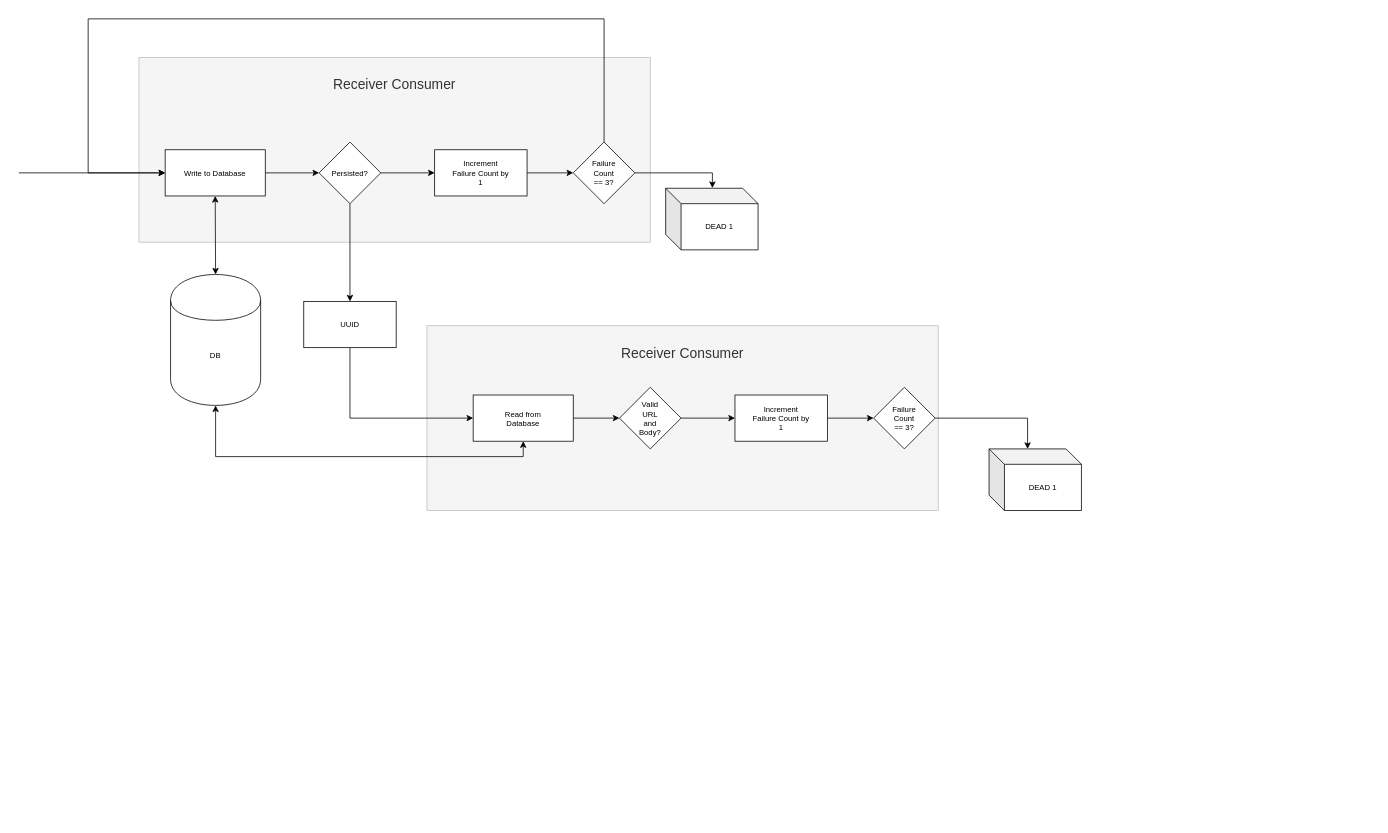
Above: kafka-webhook-dispatcher-initail-archicteccture.drawio in simonireilly/kafka-webhook-dispatcher (draw.io), before the change. Source tidied: cells renumbered, new cells numbered last; positions are measured from the earlier drawing's top-left corner, leaving out a move shared by most shapes. Both pictures are drawn from the tidied source at 77%, with x=0, y=0 at pixel (18, 18).
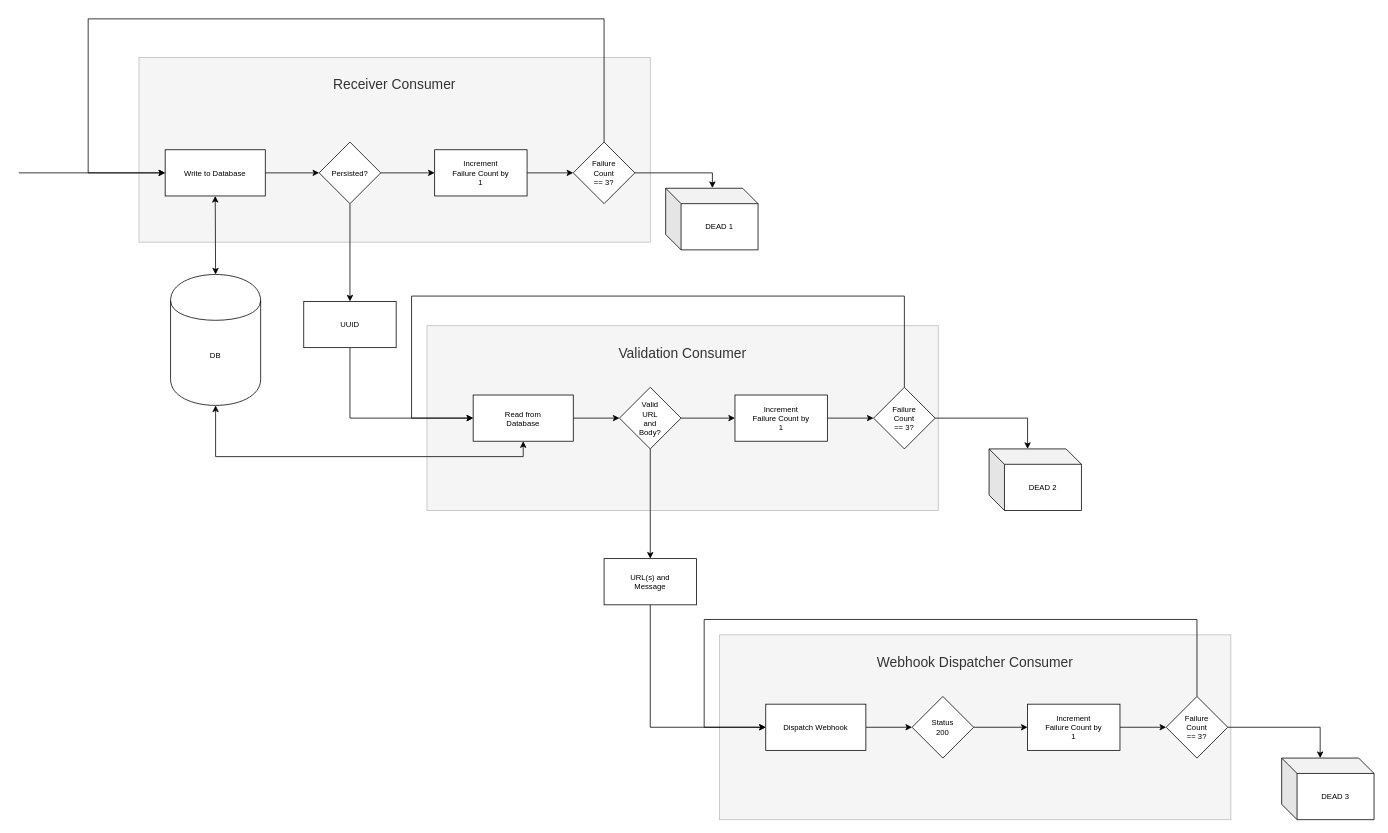
After the change.

The change refers to these unchanged cells:
```xml
<mxCell id="22" value="Read from Database" style="rounded=0;whiteSpace=wrap;html=1;fontSize=10;spacingRight=12;spacingLeft=12;spacing=12;" parent="1" vertex="1">
  <mxGeometry x="590" y="488.5" width="130" height="60" as="geometry" />
</mxCell>
<mxCell id="23" value="Valid URL and Body?" style="rhombus;whiteSpace=wrap;html=1;fontSize=10;spacingRight=12;spacingLeft=12;spacing=12;" parent="1" vertex="1">
  <mxGeometry x="780" y="478.5" width="80" height="80" as="geometry" />
</mxCell>
<mxCell id="28" value="Failure Count == 3?" style="rhombus;whiteSpace=wrap;html=1;fontSize=10;spacingRight=12;spacingLeft=12;spacing=12;" parent="1" vertex="1">
  <mxGeometry x="1110" y="478.5" width="80" height="80" as="geometry" />
</mxCell>
```

The edit, as a diff of the source:
```diff
@@
+    <mxCell id="30" value="&lt;p style=&quot;text-align: right ; line-height: 130% ; font-size: 18px&quot;&gt;Webhook Dispatcher Consumer&lt;/p&gt;" style="rounded=0;whiteSpace=wrap;html=1;fontSize=18;verticalAlign=top;fillColor=#f5f5f5;strokeColor=#BDBDBD;fontColor=#333333;" parent="1" vertex="1">
+      <mxGeometry x="910" y="800" width="664" height="240" as="geometry" />
+    </mxCell>
-    <mxCell id="2" value="&lt;p style=&quot;text-align: right; line-height: 130%; font-size: 18px;&quot;&gt;Receiver Consumer&lt;/p&gt;" style="rounded=0;whiteSpace=wrap;html=1;fontSize=18;verticalAlign=top;fillColor=#f5f5f5;strokeColor=#BDBDBD;fontColor=#333333;" parent="1" vertex="1">
+    <mxCell id="2" value="&lt;p style=&quot;text-align: right ; line-height: 130% ; font-size: 18px&quot;&gt;Validation Consumer&lt;/p&gt;" style="rounded=0;whiteSpace=wrap;html=1;fontSize=18;verticalAlign=top;fillColor=#f5f5f5;strokeColor=#BDBDBD;fontColor=#333333;" parent="1" vertex="1">
       <mxGeometry x="530" y="398.5" width="664" height="240" as="geometry" />
     </mxCell>
@@
+    <mxCell id="31" style="edgeStyle=orthogonalEdgeStyle;rounded=0;jettySize=auto;html=1;entryX=0.5;entryY=0;entryDx=0;entryDy=0;" parent="1" edge="1" source="23" target="34">
+      <mxGeometry relative="1" as="geometry" />
+    </mxCell>
@@
+    <mxCell id="32" style="edgeStyle=orthogonalEdgeStyle;rounded=0;jettySize=auto;html=1;exitX=0.5;exitY=0;exitDx=0;exitDy=0;entryX=0;entryY=0.5;entryDx=0;entryDy=0;" parent="1" edge="1" source="28" target="22">
+      <mxGeometry relative="1" as="geometry">
+        <Array as="points">
+          <mxPoint x="1150" y="360" />
+          <mxPoint x="510" y="360" />
+          <mxPoint x="510" y="519" />
+        </Array>
+      </mxGeometry>
+    </mxCell>
@@
-    <mxCell id="29" value="DEAD 1" style="shape=cube;whiteSpace=wrap;html=1;boundedLbl=1;backgroundOutline=1;darkOpacity=0.05;darkOpacity2=0.1;fontSize=10;spacingRight=12;spacingLeft=12;spacing=12;" parent="1" vertex="1">
+    <mxCell id="29" value="DEAD 2" style="shape=cube;whiteSpace=wrap;html=1;boundedLbl=1;backgroundOutline=1;darkOpacity=0.05;darkOpacity2=0.1;fontSize=10;spacingRight=12;spacingLeft=12;spacing=12;" parent="1" vertex="1">
       <mxGeometry x="1260" y="558.5" width="120" height="80" as="geometry" />
     </mxCell>
+    <mxCell id="33" style="edgeStyle=orthogonalEdgeStyle;rounded=0;jettySize=auto;html=1;exitX=0.5;exitY=1;exitDx=0;exitDy=0;entryX=0;entryY=0.5;entryDx=0;entryDy=0;" parent="1" edge="1" source="34" target="36">
+      <mxGeometry relative="1" as="geometry" />
+    </mxCell>
+    <mxCell id="34" value="URL(s) and Message" style="rounded=0;whiteSpace=wrap;html=1;fontSize=10;spacingRight=12;spacingLeft=12;spacing=12;" parent="1" vertex="1">
+      <mxGeometry x="760" y="701" width="120" height="60" as="geometry" />
+    </mxCell>
+    <mxCell id="35" style="edgeStyle=orthogonalEdgeStyle;rounded=0;jettySize=auto;html=1;exitX=1;exitY=0.5;exitDx=0;exitDy=0;entryX=0;entryY=0.5;entryDx=0;entryDy=0;startArrow=none;startFill=0;fontSize=18;fontColor=#333333;" parent="1" edge="1" source="36" target="37">
+      <mxGeometry relative="1" as="geometry" />
+    </mxCell>
+    <mxCell id="36" value="Dispatch Webhook" style="rounded=0;whiteSpace=wrap;html=1;fontSize=10;spacingRight=12;spacingLeft=12;spacing=12;" parent="1" vertex="1">
+      <mxGeometry x="970" y="890" width="130" height="60" as="geometry" />
+    </mxCell>
+    <mxCell id="37" value="Status 200" style="rhombus;whiteSpace=wrap;html=1;fontSize=10;spacingRight=12;spacingLeft=12;spacing=12;" parent="1" vertex="1">
+      <mxGeometry x="1160" y="880" width="80" height="80" as="geometry" />
+    </mxCell>
+    <mxCell id="38" style="edgeStyle=orthogonalEdgeStyle;rounded=0;jettySize=auto;html=1;exitX=1;exitY=0.5;exitDx=0;exitDy=0;entryX=0;entryY=0.5;entryDx=0;entryDy=0;fontSize=10;spacingRight=12;spacingLeft=12;spacing=12;" parent="1" edge="1" source="37" target="40">
+      <mxGeometry relative="1" as="geometry" />
+    </mxCell>
+    <mxCell id="39" style="edgeStyle=orthogonalEdgeStyle;rounded=0;jettySize=auto;html=1;exitX=1;exitY=0.5;exitDx=0;exitDy=0;entryX=0;entryY=0.5;entryDx=0;entryDy=0;fontSize=10;spacingRight=12;spacingLeft=12;spacing=12;" parent="1" edge="1" source="40" target="43">
+      <mxGeometry relative="1" as="geometry" />
+    </mxCell>
+    <mxCell id="40" value="Increment Failure Count by 1" style="rounded=0;whiteSpace=wrap;html=1;fontSize=10;spacingRight=12;spacingLeft=12;spacing=12;" parent="1" vertex="1">
+      <mxGeometry x="1310" y="890" width="120" height="60" as="geometry" />
+    </mxCell>
+    <mxCell id="41" style="edgeStyle=orthogonalEdgeStyle;rounded=0;jettySize=auto;html=1;exitX=1;exitY=0.5;exitDx=0;exitDy=0;entryX=0;entryY=0;entryDx=50;entryDy=0;entryPerimeter=0;startArrow=none;startFill=0;fontSize=18;fontColor=#333333;" parent="1" edge="1" source="43" target="44">
+      <mxGeometry relative="1" as="geometry" />
+    </mxCell>
+    <mxCell id="42" style="edgeStyle=orthogonalEdgeStyle;rounded=0;jettySize=auto;html=1;exitX=0.5;exitY=0;exitDx=0;exitDy=0;entryX=0;entryY=0.5;entryDx=0;entryDy=0;" parent="1" edge="1" source="43" target="36">
+      <mxGeometry relative="1" as="geometry">
+        <Array as="points">
+          <mxPoint x="1530" y="780" />
+          <mxPoint x="890" y="780" />
+          <mxPoint x="890" y="920" />
+        </Array>
+      </mxGeometry>
+    </mxCell>
+    <mxCell id="43" value="Failure Count == 3?" style="rhombus;whiteSpace=wrap;html=1;fontSize=10;spacingRight=12;spacingLeft=12;spacing=12;" parent="1" vertex="1">
+      <mxGeometry x="1490" y="880" width="80" height="80" as="geometry" />
+    </mxCell>
+    <mxCell id="44" value="DEAD 3" style="shape=cube;whiteSpace=wrap;html=1;boundedLbl=1;backgroundOutline=1;darkOpacity=0.05;darkOpacity2=0.1;fontSize=10;spacingRight=12;spacingLeft=12;spacing=12;" parent="1" vertex="1">
+      <mxGeometry x="1640" y="960" width="120" height="80" as="geometry" />
+    </mxCell>
```
